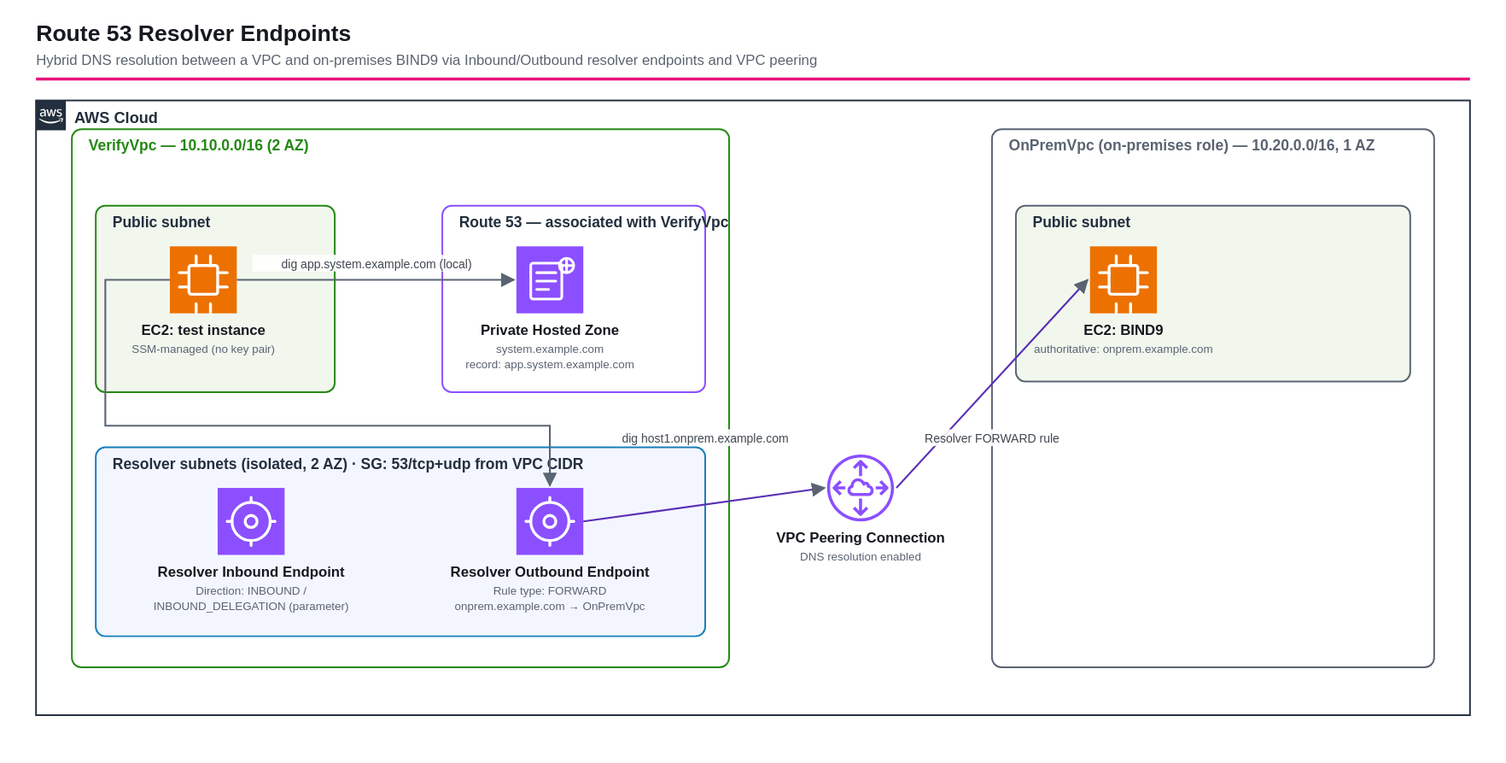
Before: infrastructure/workspaces/route53-resolver-endpoints/overview.drawio.svg, a diagram exported from draw.io (ishiharatma/aws-cdk-reference-architectures). Source tidied: cells renumbered, new cells last; positions are measured from the earlier drawing's top-left corner, leaving out a move shared by most shapes.
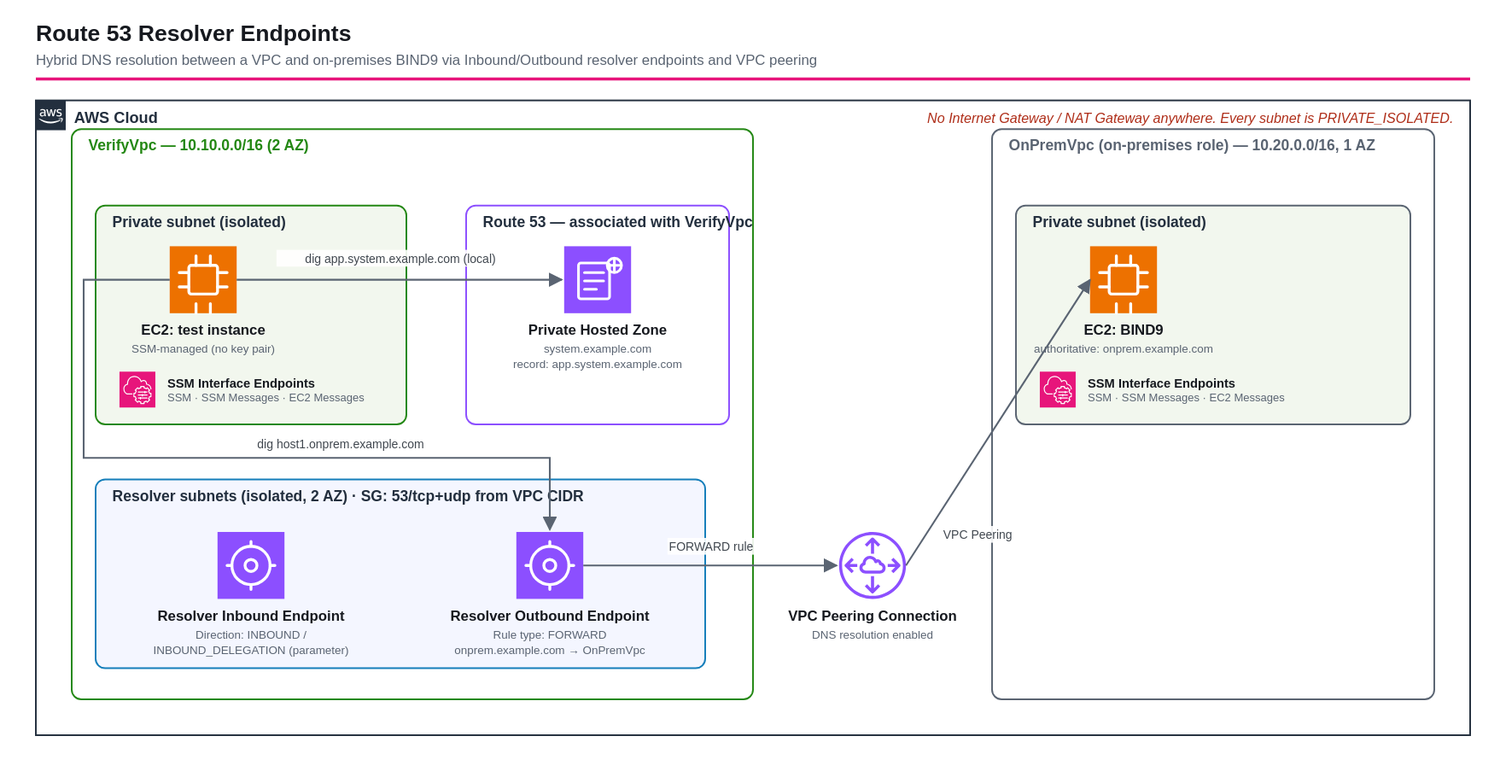
The same file after the commit.

Commit message:
docs(route53): 構成図をプライベートサブネット構成に更新

両ワークスペースのoverview.drawio.svgで"Public subnet"表記を
"Private subnet (isolated)"に変更し、SSMインターフェースエンドポイント
(SSM/SSM Messages/EC2 Messages)と「IGW/NAT Gatewayなし」の注記を追加。
route53-phz-delegationはHubVpc/OnPremVpcのみ対象(DevVpc/StgVpcは
もともとワークロード用サブネットを持たないため変更なし)。

Change to the diagram source:
```diff
@@ -12,55 +12,64 @@
       <mxGeometry y="52" width="1200" height="2.5" as="geometry" />
     </mxCell>
     <mxCell id="5" value="AWS Cloud" style="gradientColor=none;html=1;whiteSpace=wrap;fontSize=12;fontStyle=0;shape=mxgraph.aws4.group;grIcon=mxgraph.aws4.group_aws_cloud_alt;strokeColor=#232F3E;fillColor=none;verticalAlign=top;align=left;spacingLeft=30;fontColor=#232F3E;dashed=0;" parent="1" vertex="1">
-      <mxGeometry y="70" width="1200" height="514" as="geometry" />
+      <mxGeometry y="70" width="1200" height="531" as="geometry" />
     </mxCell>
-    <mxCell id="6" value="VerifyVpc — 10.10.0.0/16 (2 AZ)" style="gradientColor=none;html=1;whiteSpace=wrap;fontSize=12;fontStyle=0;shape=mxgraph.aws4.group;grIcon=mxgraph.aws4.group_vpc;strokeColor=#248814;fillColor=none;verticalAlign=top;align=left;spacingLeft=30;fontColor=#248814;dashed=0;" parent="1" vertex="1">
-      <mxGeometry x="30" y="94" width="550" height="450" as="geometry" />
+    <mxCell id="6" value="No Internet Gateway / NAT Gateway anywhere. Every subnet is PRIVATE_ISOLATED." style="text;html=1;strokeColor=none;fillColor=none;align=right;verticalAlign=middle;whiteSpace=wrap;rounded=0;fontSize=11.5;fontStyle=2;fontColor=#AF2E19;" parent="1" vertex="1">
+      <mxGeometry x="686" y="74" width="500" height="16" as="geometry" />
     </mxCell>
-    <mxCell id="7" value="Public subnet" style="gradientColor=none;html=1;whiteSpace=wrap;fontSize=12;fontStyle=0;shape=mxgraph.aws4.group;grIcon=mxgraph.aws4.group_security_group;grStroke=0;strokeColor=#248814;fillColor=#E9F3E6;verticalAlign=top;align=left;spacingLeft=30;fontColor=#248814;dashed=0;" parent="1" vertex="1">
-      <mxGeometry x="50" y="158" width="200" height="156" as="geometry" />
+    <mxCell id="7" value="VerifyVpc — 10.10.0.0/16 (2 AZ)" style="gradientColor=none;html=1;whiteSpace=wrap;fontSize=12;fontStyle=0;shape=mxgraph.aws4.group;grIcon=mxgraph.aws4.group_vpc;strokeColor=#248814;fillColor=none;verticalAlign=top;align=left;spacingLeft=30;fontColor=#248814;dashed=0;" parent="1" vertex="1">
+      <mxGeometry x="30" y="94" width="570" height="477" as="geometry" />
     </mxCell>
-    <mxCell id="8" value="Route 53 — associated with VerifyVpc" style="rounded=1;whiteSpace=wrap;html=1;fillColor=none;strokeColor=#8C4FFF;verticalAlign=top;align=left;spacingLeft=10;spacingTop=6;fontSize=12;fontStyle=1;fontColor=#8C4FFF;dashed=0;" parent="1" vertex="1">
-      <mxGeometry x="340" y="158" width="220" height="156" as="geometry" />
+    <mxCell id="8" value="Private subnet (isolated)" style="gradientColor=none;html=1;whiteSpace=wrap;fontSize=12;fontStyle=0;shape=mxgraph.aws4.group;grIcon=mxgraph.aws4.group_security_group;grStroke=0;strokeColor=#248814;fillColor=#E9F3E6;verticalAlign=top;align=left;spacingLeft=30;fontColor=#248814;dashed=0;" parent="1" vertex="1">
+      <mxGeometry x="50" y="158" width="260" height="183" as="geometry" />
     </mxCell>
-    <mxCell id="9" value="Resolver subnets (isolated, 2 AZ) · SG: 53/tcp+udp from VPC CIDR" style="gradientColor=none;html=1;whiteSpace=wrap;fontSize=12;fontStyle=0;shape=mxgraph.aws4.group;grIcon=mxgraph.aws4.group_security_group;grStroke=0;strokeColor=#147EBA;fillColor=#E6F2F8;verticalAlign=top;align=left;spacingLeft=30;fontColor=#147EBA;dashed=0;" parent="1" vertex="1">
-      <mxGeometry x="50" y="360" width="510" height="158" as="geometry" />
+    <mxCell id="9" value="Route 53 — associated with VerifyVpc" style="rounded=1;whiteSpace=wrap;html=1;fillColor=none;strokeColor=#8C4FFF;verticalAlign=top;align=left;spacingLeft=10;spacingTop=6;fontSize=12;fontStyle=1;fontColor=#8C4FFF;dashed=0;" parent="1" vertex="1">
+      <mxGeometry x="360" y="158" width="220" height="183" as="geometry" />
     </mxCell>
-    <mxCell id="10" value="OnPremVpc (on-premises role) — 10.20.0.0/16, 1 AZ" style="gradientColor=none;html=1;whiteSpace=wrap;fontSize=12;fontStyle=0;shape=mxgraph.aws4.group;grIcon=mxgraph.aws4.group_vpc;strokeColor=#5A6472;fillColor=none;verticalAlign=top;align=left;spacingLeft=30;fontColor=#5A6472;dashed=0;" parent="1" vertex="1">
-      <mxGeometry x="800" y="94" width="370" height="450" as="geometry" />
+    <mxCell id="10" value="Resolver subnets (isolated, 2 AZ) · SG: 53/tcp+udp from VPC CIDR" style="gradientColor=none;html=1;whiteSpace=wrap;fontSize=12;fontStyle=0;shape=mxgraph.aws4.group;grIcon=mxgraph.aws4.group_security_group;grStroke=0;strokeColor=#147EBA;fillColor=#E6F2F8;verticalAlign=top;align=left;spacingLeft=30;fontColor=#147EBA;dashed=0;" parent="1" vertex="1">
+      <mxGeometry x="50" y="387" width="510" height="158" as="geometry" />
     </mxCell>
-    <mxCell id="11" value="Public subnet" style="gradientColor=none;html=1;whiteSpace=wrap;fontSize=12;fontStyle=0;shape=mxgraph.aws4.group;grIcon=mxgraph.aws4.group_security_group;grStroke=0;strokeColor=#5A6472;fillColor=#F0F1F2;verticalAlign=top;align=left;spacingLeft=30;fontColor=#5A6472;dashed=0;" parent="1" vertex="1">
-      <mxGeometry x="820" y="158" width="330" height="147" as="geometry" />
+    <mxCell id="11" value="OnPremVpc (on-premises role) — 10.20.0.0/16, 1 AZ" style="gradientColor=none;html=1;whiteSpace=wrap;fontSize=12;fontStyle=0;shape=mxgraph.aws4.group;grIcon=mxgraph.aws4.group_vpc;strokeColor=#5A6472;fillColor=none;verticalAlign=top;align=left;spacingLeft=30;fontColor=#5A6472;dashed=0;" parent="1" vertex="1">
+      <mxGeometry x="800" y="94" width="370" height="477" as="geometry" />
     </mxCell>
-    <mxCell id="12" value="EC2: test instance" style="sketch=0;outlineConnect=0;fontColor=#232F3E;gradientColor=none;fillColor=#ED7100;strokeColor=none;dashed=0;verticalLabelPosition=bottom;verticalAlign=top;align=center;html=1;fontSize=12;fontStyle=0;shape=mxgraph.aws4.ec2;" parent="1" vertex="1">
-      <mxGeometry x="112" y="192" width="56" height="56" as="geometry" />
+    <mxCell id="12" value="Private subnet (isolated)" style="points=[[0,0],[0.25,0],[0.5,0],[0.75,0],[1,0],[1,0.25],[1,0.5],[1,0.75],[1,1],[0.75,1],[0.5,1],[0.25,1],[0,1],[0,0.75],[0,0.5],[0,0.25]];outlineConnect=0;gradientColor=none;html=1;whiteSpace=wrap;fontSize=12;fontStyle=0;shape=mxgraph.aws4.group;grIcon=mxgraph.aws4.group_security_group;grStroke=0;strokeColor=#5A6472;fillColor=#F2F7EE;verticalAlign=top;align=left;spacingLeft=30;fontColor=#5A6472;dashed=0;" parent="1" vertex="1">
+      <mxGeometry x="820" y="158" width="330" height="183" as="geometry" />
     </mxCell>
-    <mxCell id="13" value="Private Hosted Zone" style="sketch=0;outlineConnect=0;fontColor=#232F3E;gradientColor=none;fillColor=#8C4FFF;strokeColor=none;dashed=0;verticalLabelPosition=bottom;verticalAlign=top;align=center;html=1;fontSize=12;fontStyle=0;shape=mxgraph.aws4.hosted_zone;" parent="1" vertex="1">
-      <mxGeometry x="402" y="192" width="56" height="56" as="geometry" />
+    <mxCell id="13" value="EC2: test instance" style="sketch=0;outlineConnect=0;fontColor=#232F3E;gradientColor=none;fillColor=#ED7100;strokeColor=none;dashed=0;verticalLabelPosition=bottom;verticalAlign=top;align=center;html=1;fontSize=12;fontStyle=0;shape=mxgraph.aws4.ec2;" parent="1" vertex="1">
+      <mxGeometry x="112" y="192" width="56" height="56" as="geometry" />
     </mxCell>
-    <mxCell id="14" value="Resolver Inbound Endpoint" style="sketch=0;fontColor=#232F3E;gradientColor=none;fillColor=#8C4FFF;strokeColor=none;dashed=0;verticalLabelPosition=bottom;verticalAlign=top;align=center;html=1;fontSize=12;fontStyle=0;shape=mxgraph.aws4.route_53_resolver;" parent="1" vertex="1">
-      <mxGeometry x="152" y="394" width="56" height="56" as="geometry" />
+    <mxCell id="14" value="SSM Interface Endpoints (SSM / SSM Messages / EC2 Messages)" style="sketch=0;fontColor=#232F3E;fillColor=#E7157B;strokeColor=#ffffff;dashed=0;verticalLabelPosition=bottom;verticalAlign=top;align=center;html=1;fontSize=12;fontStyle=0;shape=mxgraph.aws4.resourceIcon;resIcon=mxgraph.aws4.systems_manager;" parent="1" vertex="1">
+      <mxGeometry x="70" y="297" width="30" height="30" as="geometry" />
     </mxCell>
-    <mxCell id="15" value="Resolver Outbound Endpoint" style="sketch=0;outlineConnect=0;fontColor=#232F3E;gradientColor=none;fillColor=#8C4FFF;strokeColor=none;dashed=0;verticalLabelPosition=bottom;verticalAlign=top;align=center;html=1;fontSize=12;fontStyle=0;shape=mxgraph.aws4.route_53_resolver;" parent="1" vertex="1">
-      <mxGeometry x="402" y="394" width="56" height="56" as="geometry" />
+    <mxCell id="15" value="Private Hosted Zone" style="sketch=0;outlineConnect=0;fontColor=#232F3E;gradientColor=none;fillColor=#8C4FFF;strokeColor=none;dashed=0;verticalLabelPosition=bottom;verticalAlign=top;align=center;html=1;fontSize=12;fontStyle=0;shape=mxgraph.aws4.hosted_zone;" parent="1" vertex="1">
+      <mxGeometry x="442" y="192" width="56" height="56" as="geometry" />
     </mxCell>
-    <mxCell id="16" value="EC2: BIND9" style="sketch=0;outlineConnect=0;fontColor=#232F3E;gradientColor=none;fillColor=#ED7100;strokeColor=none;dashed=0;verticalLabelPosition=bottom;verticalAlign=top;align=center;html=1;fontSize=12;fontStyle=0;shape=mxgraph.aws4.ec2;" parent="1" vertex="1">
-      <mxGeometry x="882" y="192" width="56" height="56" as="geometry" />
+    <mxCell id="16" value="Resolver Inbound Endpoint" style="sketch=0;outlineConnect=0;fontColor=#232F3E;gradientColor=none;fillColor=#8C4FFF;strokeColor=none;dashed=0;verticalLabelPosition=bottom;verticalAlign=top;align=center;html=1;fontSize=12;fontStyle=0;shape=mxgraph.aws4.route_53_resolver;" parent="1" vertex="1">
+      <mxGeometry x="152" y="431" width="56" height="56" as="geometry" />
     </mxCell>
-    <mxCell id="17" value="VPC Peering Connection" style="sketch=0;outlineConnect=0;fontColor=#232F3E;gradientColor=none;fillColor=#8C4FFF;strokeColor=none;dashed=0;verticalLabelPosition=bottom;verticalAlign=top;align=center;html=1;fontSize=12;fontStyle=0;shape=mxgraph.aws4.peering;" parent="1" vertex="1">
-      <mxGeometry x="662" y="366" width="56" height="56" as="geometry" />
+    <mxCell id="17" value="Resolver Outbound Endpoint" style="sketch=0;outlineConnect=0;fontColor=#232F3E;gradientColor=none;fillColor=#8C4FFF;strokeColor=none;dashed=0;verticalLabelPosition=bottom;verticalAlign=top;align=center;html=1;fontSize=12;fontStyle=0;shape=mxgraph.aws4.route_53_resolver;" parent="1" vertex="1">
+      <mxGeometry x="402" y="431" width="56" height="56" as="geometry" />
     </mxCell>
-    <mxCell id="18" value="dig app.system.example.com (local)" style="edgeStyle=orthogonalEdgeStyle;rounded=0;html=1;fontSize=10;endArrow=block;endFill=1;strokeColor=#5A6472;" parent="1" edge="1" source="12" target="13">
-      <mxGeometry relative="1" as="geometry" />
+    <mxCell id="18" value="EC2: BIND9" style="sketch=0;outlineConnect=0;fontColor=#232F3E;gradientColor=none;fillColor=#ED7100;strokeColor=none;dashed=0;verticalLabelPosition=bottom;verticalAlign=top;align=center;html=1;fontSize=12;fontStyle=0;shape=mxgraph.aws4.ec2;" parent="1" vertex="1">
+      <mxGeometry x="882" y="192" width="56" height="56" as="geometry" />
     </mxCell>
-    <mxCell id="19" value="dig host1.onprem.example.com" style="edgeStyle=orthogonalEdgeStyle;rounded=0;html=1;fontSize=10;endArrow=block;endFill=1;strokeColor=#5A6472;" parent="1" edge="1" source="12" target="15">
-      <mxGeometry relative="1" as="geometry" />
+    <mxCell id="19" value="SSM Interface Endpoints (SSM / SSM Messages / EC2 Messages)" style="sketch=0;fontColor=#232F3E;fillColor=#E7157B;strokeColor=#ffffff;dashed=0;verticalLabelPosition=bottom;verticalAlign=top;align=center;html=1;fontSize=12;fontStyle=0;shape=mxgraph.aws4.resourceIcon;resIcon=mxgraph.aws4.systems_manager;" parent="1" vertex="1">
+      <mxGeometry x="840" y="297" width="30" height="30" as="geometry" />
     </mxCell>
-    <mxCell id="20" value="FORWARD rule" style="edgeStyle=orthogonalEdgeStyle;rounded=0;html=1;fontSize=10;endArrow=block;endFill=1;strokeColor=#5A6472;" parent="1" edge="1" source="15" target="17">
-      <mxGeometry relative="1" as="geometry" />
+    <mxCell id="20" value="VPC Peering Connection" style="sketch=0;outlineConnect=0;fontColor=#232F3E;gradientColor=none;fillColor=#8C4FFF;strokeColor=none;dashed=0;verticalLabelPosition=bottom;verticalAlign=top;align=center;html=1;fontSize=12;fontStyle=0;shape=mxgraph.aws4.peering;" parent="1" vertex="1">
+      <mxGeometry x="672" y="431" width="56" height="56" as="geometry" />
     </mxCell>
-    <mxCell id="21" value="VPC Peering" style="edgeStyle=orthogonalEdgeStyle;rounded=0;html=1;fontSize=10;endArrow=block;endFill=1;strokeColor=#5A6472;" parent="1" edge="1" source="17" target="16">
+    <mxCell id="21" value="dig app.system.example.com (local)" style="edgeStyle=orthogonalEdgeStyle;rounded=0;html=1;fontSize=10;endArrow=block;endFill=1;strokeColor=#5A6472;" parent="1" edge="1" source="13" target="15">
       <mxGeometry relative="1" as="geometry" />
     </mxCell>
+    <mxCell id="22" value="dig host1.onprem.example.com" style="edgeStyle=orthogonalEdgeStyle;rounded=0;html=1;fontSize=10;endArrow=block;endFill=1;strokeColor=#5A6472;" parent="1" edge="1" source="13" target="17">
+      <mxGeometry relative="1" as="geometry" />
+    </mxCell>
+    <mxCell id="23" value="FORWARD rule" style="edgeStyle=orthogonalEdgeStyle;rounded=0;html=1;fontSize=10;endArrow=block;endFill=1;strokeColor=#5A6472;" parent="1" edge="1" source="17" target="20">
+      <mxGeometry relative="1" as="geometry" />
+    </mxCell>
+    <mxCell id="24" value="VPC Peering" style="edgeStyle=orthogonalEdgeStyle;rounded=0;html=1;fontSize=10;endArrow=block;endFill=1;strokeColor=#5A6472;" parent="1" edge="1" source="20" target="18">
+      <mxGeometry relative="1" as="geometry" />
+    </mxCell>
   </root>
 </mxGraphModel>
```
